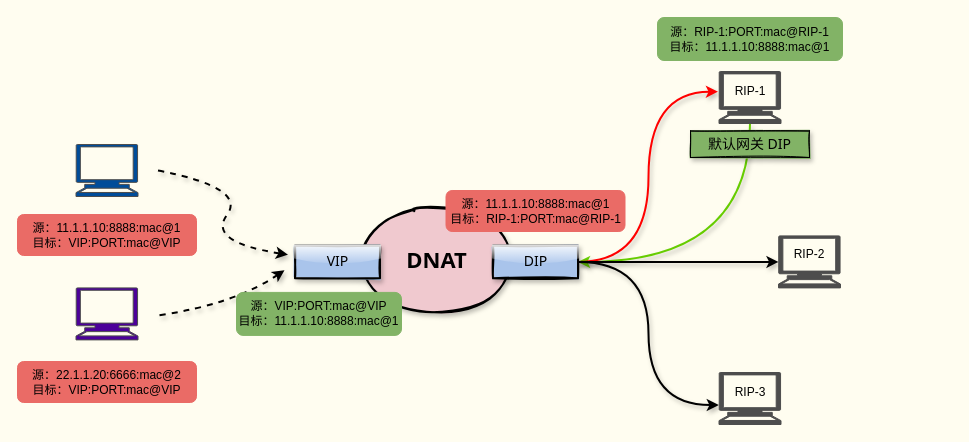
This is pictures/负载均衡/dnat.drawio from boxtsecond/draw, a draw.io file, before an edit. Source tidied: cells renumbered, new cells numbered last; positions are measured from the earlier drawing's top-left corner, leaving out a move shared by most shapes. Both pictures are drawn from the tidied source at 100%, with x=0, y=0 at pixel (17, 17).
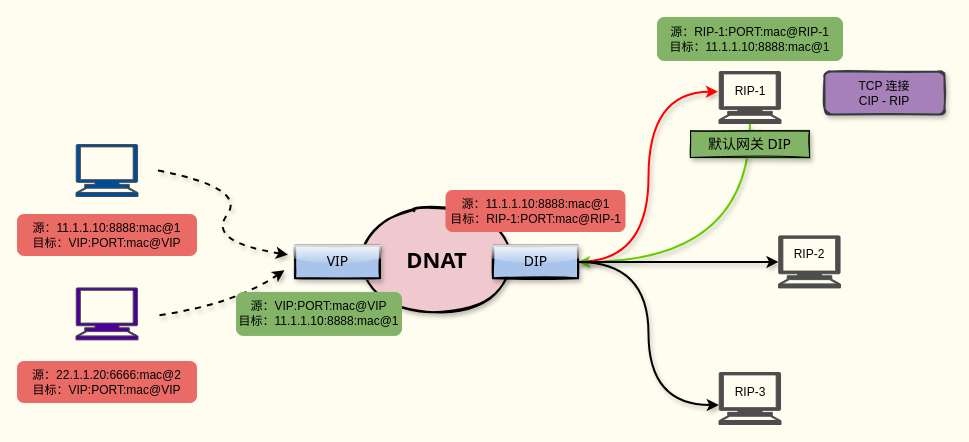
Above is the later version.

What changed in the source:
```diff
@@
+    <mxCell id="28" value="TCP 连接&lt;br&gt;CIP - RIP" style="rounded=1;whiteSpace=wrap;html=1;strokeWidth=2;glass=0;shadow=1;sketch=1;fillStyle=solid;strokeColor=#36393d;fillColor=#A680B8;" parent="1" vertex="1">
+      <mxGeometry x="807" y="54" width="120" height="43" as="geometry" />
+    </mxCell>
```
